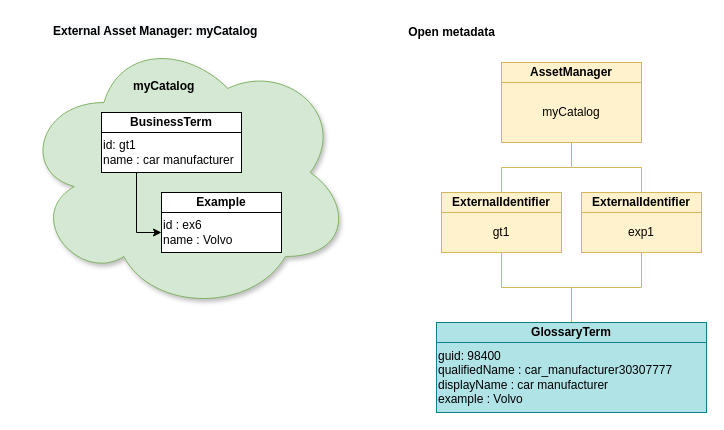
Above: page "many-to-one-mapping" (2 of 2) of open-metadata-implementation/integration-services/catalog-integrator/docs/catalog-integrator.drawio in odpi/egeria (draw.io), before the change. Source tidied: cells renumbered, new cells numbered last; positions are measured from the earlier drawing's top-left corner, leaving out a move shared by most shapes. Both pictures are drawn from the tidied source at 100%, with x=0, y=0 at pixel (21, 17).
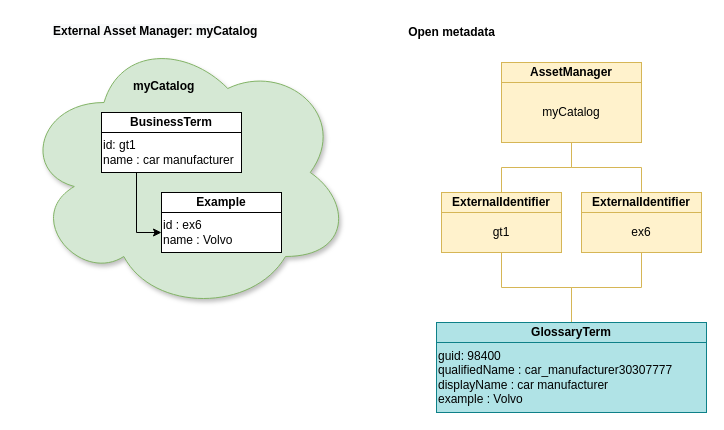
The same page after the edit.

Diff of the diagram source:
```diff
@@
-    <mxCell id="15" value="exp1" style="rounded=0;whiteSpace=wrap;html=1;align=center;fillColor=#fff2cc;strokeColor=#d6b656;" parent="1" vertex="1">
+    <mxCell id="15" value="ex6" style="rounded=0;whiteSpace=wrap;html=1;align=center;fillColor=#fff2cc;strokeColor=#d6b656;" parent="1" vertex="1">
       <mxGeometry x="560" y="195" width="120" height="40" as="geometry" />
     </mxCell>
```
